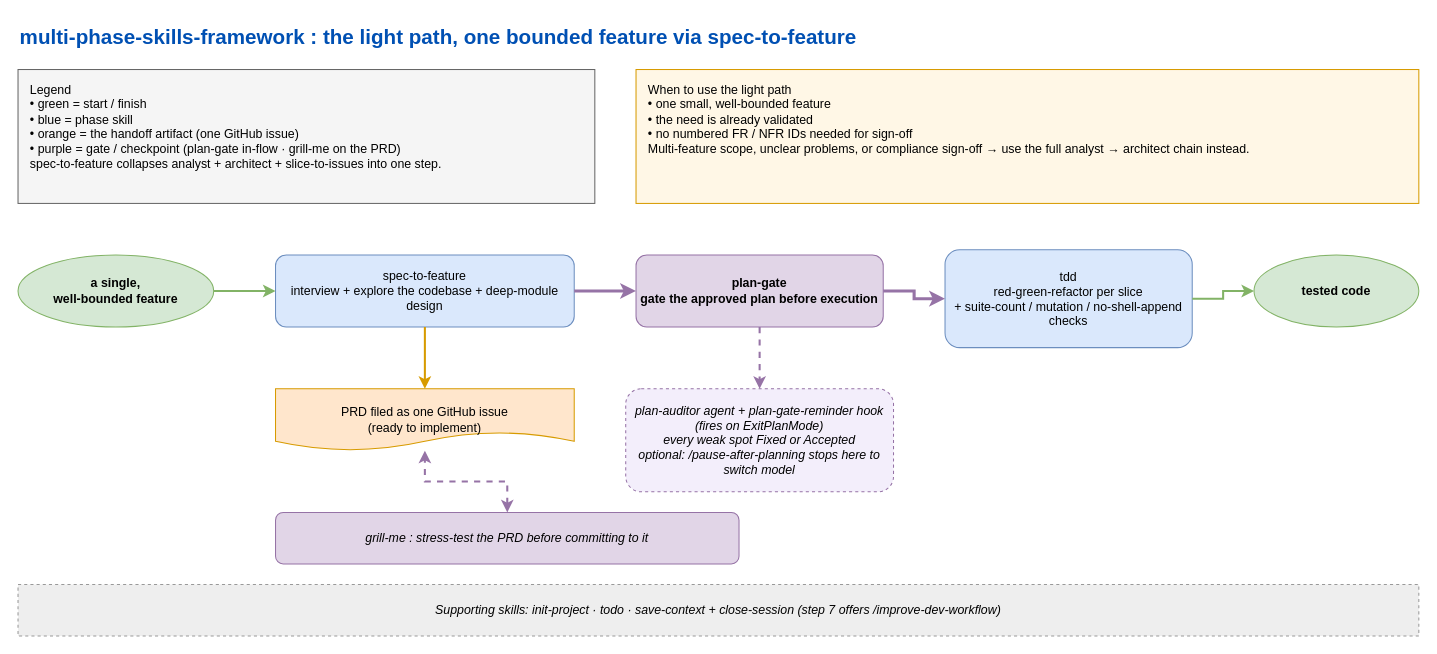
Above: docs/framework-flows-light.drawio in eranw2000/multi-phase-skills-framework (draw.io), before the change. Source tidied: cells renumbered, new cells numbered last; positions are measured from the earlier drawing's top-left corner, leaving out a move shared by most shapes. Both pictures are drawn from the tidied source at 103%, with x=0, y=0 at pixel (18, 18).
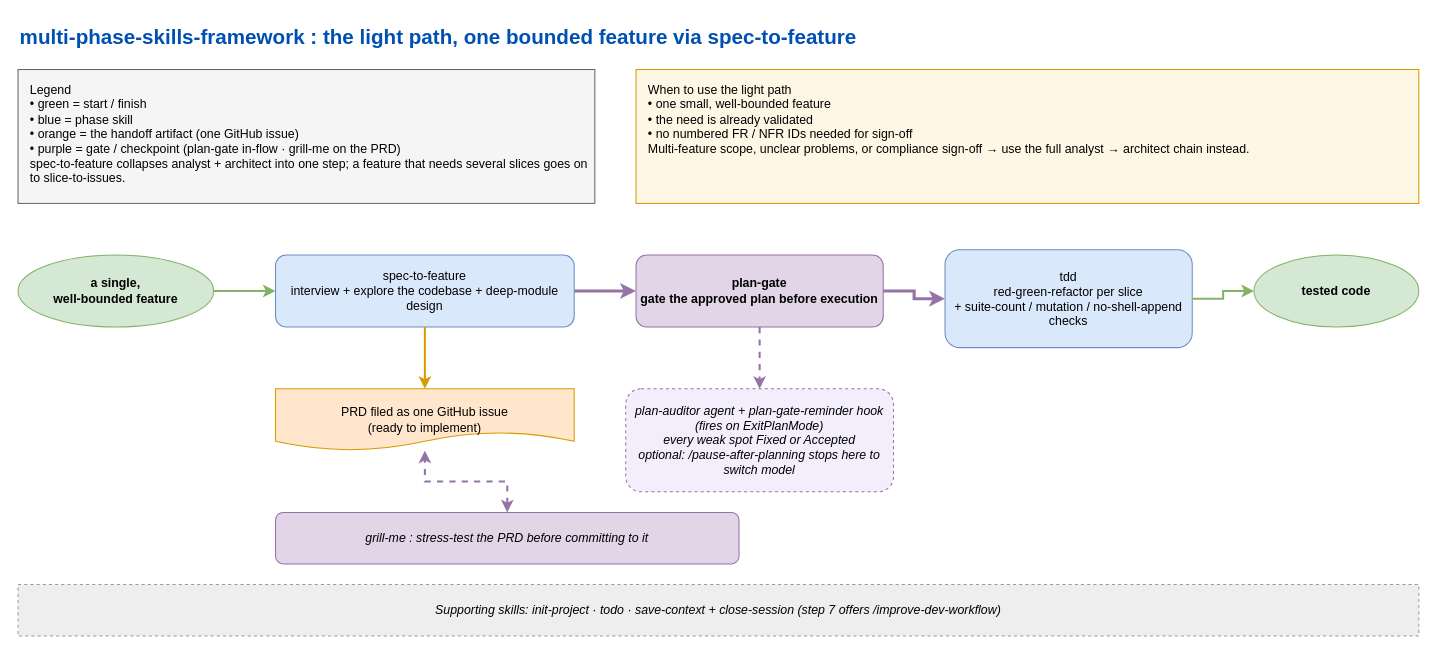
Above is the later version.

Commit message (it also covers changes not shown here):
spec-to-feature and slice-to-issues: size check, acceptance criteria, coverage list (#26)

The edit, as a diff of the source:
```diff
@@
-    <mxCell id="3" value="Legend&#10;• green = start / finish&#10;• blue = phase skill&#10;• orange = the handoff artifact (one GitHub issue)&#10;• purple = gate / checkpoint (plan-gate in-flow · grill-me on the PRD)&#10;spec-to-feature collapses analyst + architect + slice-to-issues into one step." style="rounded=0;fillColor=#f5f5f5;strokeColor=#666666;fontStyle=0;verticalAlign=top;align=left;spacingLeft=10;spacingTop=6;whiteSpace=wrap;html=1;fontFamily=Helvetica;" parent="1" vertex="1">
+    <mxCell id="3" value="Legend&#10;• green = start / finish&#10;• blue = phase skill&#10;• orange = the handoff artifact (one GitHub issue)&#10;• purple = gate / checkpoint (plan-gate in-flow · grill-me on the PRD)&#10;spec-to-feature collapses analyst + architect into one step; a feature that needs several slices goes on to slice-to-issues." style="rounded=0;fillColor=#f5f5f5;strokeColor=#666666;fontStyle=0;verticalAlign=top;align=left;spacingLeft=10;spacingTop=6;whiteSpace=wrap;html=1;fontFamily=Helvetica;" parent="1" vertex="1">
       <mxGeometry y="50" width="560" height="130" as="geometry" />
     </mxCell>
```
